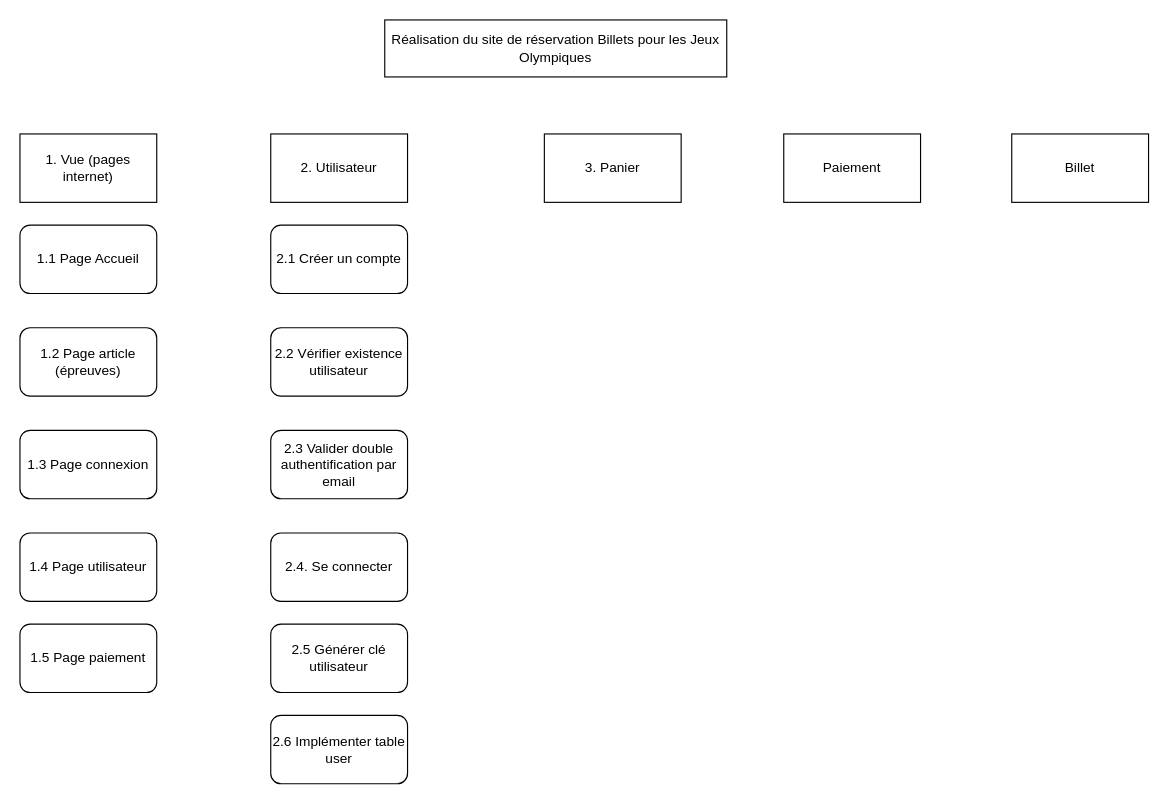
This is WBSJeux Olympiques .drawio from mariannemnrt/ProjetReservationBilletJO, a draw.io file, before an edit. Source tidied: cells renumbered, new cells numbered last; positions are measured from the earlier drawing's top-left corner, leaving out a move shared by most shapes. Both pictures are drawn from the tidied source at 114%, with x=0, y=0 at pixel (19, 19).
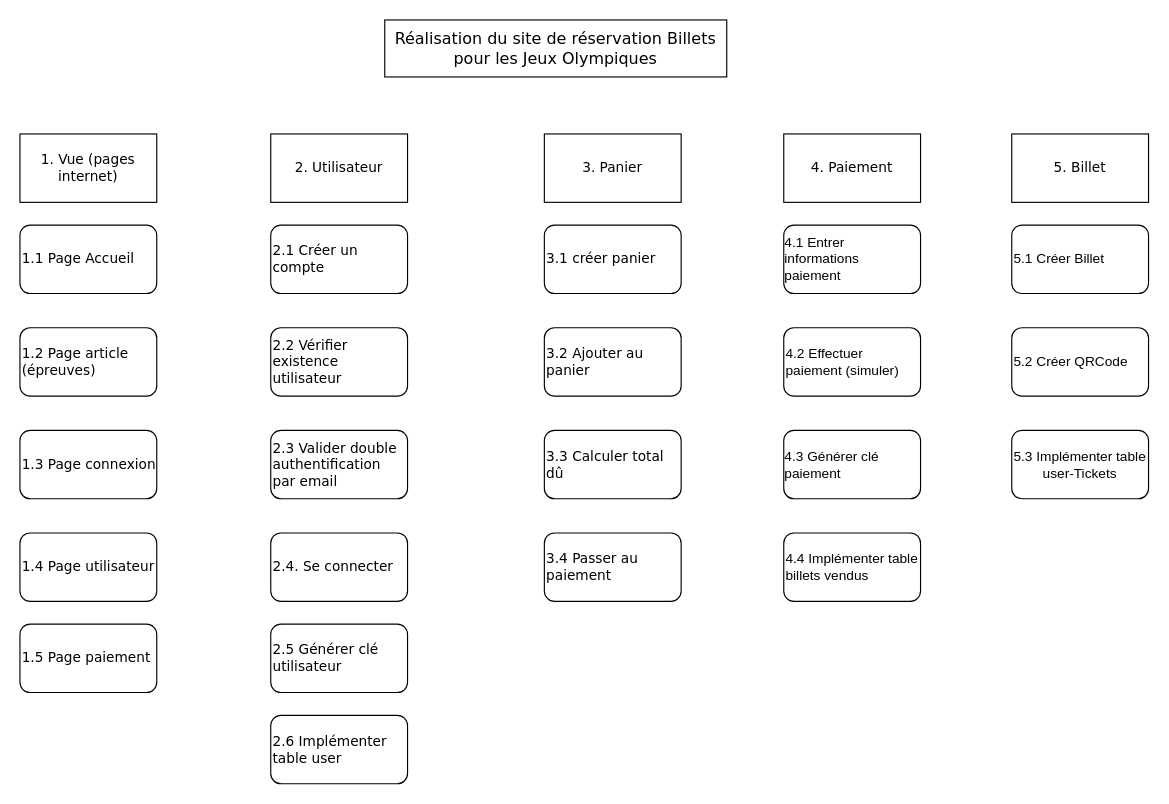
Above is the later version.

Commit message (it also covers changes not shown here):
Mettre à jour WBSJeux Olympiques .drawio

What changed in the source:
```diff
@@
-    <mxCell id="2" value="Réalisation du site de réservation Billets pour les Jeux Olympiques " style="rounded=0;whiteSpace=wrap;html=1;" parent="1" vertex="1">
+    <mxCell id="2" value="Réalisation du site de réservation Billets pour les Jeux Olympiques " style="rounded=0;whiteSpace=wrap;html=1;align=center;verticalAlign=middle;fontSize=14;fontFamily=Verdana;" parent="1" vertex="1">
       <mxGeometry x="320" width="300" height="50" as="geometry" />
     </mxCell>
-    <mxCell id="3" value="1. Vue (pages internet) " style="rounded=0;whiteSpace=wrap;html=1;" parent="1" vertex="1">
+    <mxCell id="3" value="1. Vue (pages internet) " style="rounded=0;whiteSpace=wrap;html=1;align=center;fontFamily=Verdana;" parent="1" vertex="1">
       <mxGeometry y="100" width="120" height="60" as="geometry" />
     </mxCell>
-    <mxCell id="4" value="2. Utilisateur " style="rounded=0;whiteSpace=wrap;html=1;" parent="1" vertex="1">
+    <mxCell id="4" value="2. Utilisateur " style="rounded=0;whiteSpace=wrap;html=1;align=center;fontFamily=Verdana;" parent="1" vertex="1">
       <mxGeometry x="220" y="100" width="120" height="60" as="geometry" />
     </mxCell>
-    <mxCell id="5" value="3. Panier " style="rounded=0;whiteSpace=wrap;html=1;" parent="1" vertex="1">
+    <mxCell id="5" value="3. Panier " style="rounded=0;whiteSpace=wrap;html=1;align=center;fontFamily=Verdana;" parent="1" vertex="1">
       <mxGeometry x="460" y="100" width="120" height="60" as="geometry" />
     </mxCell>
-    <mxCell id="6" value="Paiement" style="rounded=0;whiteSpace=wrap;html=1;" parent="1" vertex="1">
+    <mxCell id="6" value="4. Paiement" style="rounded=0;whiteSpace=wrap;html=1;align=center;fontFamily=Verdana;" parent="1" vertex="1">
       <mxGeometry x="670" y="100" width="120" height="60" as="geometry" />
     </mxCell>
-    <mxCell id="7" value="Billet" style="rounded=0;whiteSpace=wrap;html=1;" parent="1" vertex="1">
+    <mxCell id="7" value="5. Billet" style="rounded=0;whiteSpace=wrap;html=1;align=center;fontFamily=Verdana;" parent="1" vertex="1">
       <mxGeometry x="870" y="100" width="120" height="60" as="geometry" />
     </mxCell>
-    <mxCell id="8" value="1.1 Page Accueil" style="rounded=1;whiteSpace=wrap;html=1;" parent="1" vertex="1">
+    <mxCell id="8" value="1.1 Page Accueil" style="rounded=1;whiteSpace=wrap;html=1;align=left;fontFamily=Verdana;" parent="1" vertex="1">
       <mxGeometry y="180" width="120" height="60" as="geometry" />
     </mxCell>
-    <mxCell id="9" value="1.2 Page article (épreuves)" style="rounded=1;whiteSpace=wrap;html=1;" parent="1" vertex="1">
+    <mxCell id="9" value="1.2 Page article (épreuves)" style="rounded=1;whiteSpace=wrap;html=1;align=left;fontFamily=Verdana;" parent="1" vertex="1">
       <mxGeometry y="270" width="120" height="60" as="geometry" />
     </mxCell>
-    <mxCell id="10" value="1.3 Page connexion" style="rounded=1;whiteSpace=wrap;html=1;" parent="1" vertex="1">
+    <mxCell id="10" value="1.3 Page connexion" style="rounded=1;whiteSpace=wrap;html=1;align=left;fontFamily=Verdana;" parent="1" vertex="1">
       <mxGeometry y="360" width="120" height="60" as="geometry" />
     </mxCell>
-    <mxCell id="11" value="1.4 Page utilisateur" style="rounded=1;whiteSpace=wrap;html=1;" parent="1" vertex="1">
+    <mxCell id="11" value="1.4 Page utilisateur" style="rounded=1;whiteSpace=wrap;html=1;align=left;fontFamily=Verdana;" parent="1" vertex="1">
       <mxGeometry y="450" width="120" height="60" as="geometry" />
     </mxCell>
-    <mxCell id="12" value="1.5 Page paiement" style="rounded=1;whiteSpace=wrap;html=1;" parent="1" vertex="1">
+    <mxCell id="12" value="1.5 Page paiement" style="rounded=1;whiteSpace=wrap;html=1;align=left;fontFamily=Verdana;" parent="1" vertex="1">
       <mxGeometry y="530" width="120" height="60" as="geometry" />
     </mxCell>
-    <mxCell id="13" value="2.1 Créer un compte " style="rounded=1;whiteSpace=wrap;html=1;" parent="1" vertex="1">
+    <mxCell id="13" value="2.1 Créer un compte " style="rounded=1;whiteSpace=wrap;html=1;align=left;fontFamily=Verdana;" parent="1" vertex="1">
       <mxGeometry x="220" y="180" width="120" height="60" as="geometry" />
     </mxCell>
-    <mxCell id="14" value="2.2 Vérifier existence utilisateur" style="rounded=1;whiteSpace=wrap;html=1;" parent="1" vertex="1">
+    <mxCell id="14" value="2.2 Vérifier existence utilisateur" style="rounded=1;whiteSpace=wrap;html=1;align=left;fontFamily=Verdana;" parent="1" vertex="1">
       <mxGeometry x="220" y="270" width="120" height="60" as="geometry" />
     </mxCell>
-    <mxCell id="15" value="2.3 Valider double authentification par email" style="rounded=1;whiteSpace=wrap;html=1;" parent="1" vertex="1">
+    <mxCell id="15" value="2.3 Valider double authentification par email" style="rounded=1;whiteSpace=wrap;html=1;align=left;fontFamily=Verdana;" parent="1" vertex="1">
       <mxGeometry x="220" y="360" width="120" height="60" as="geometry" />
     </mxCell>
-    <mxCell id="16" value="2.4. Se connecter " style="rounded=1;whiteSpace=wrap;html=1;" parent="1" vertex="1">
+    <mxCell id="16" value="2.4. Se connecter " style="rounded=1;whiteSpace=wrap;html=1;align=left;fontFamily=Verdana;" parent="1" vertex="1">
       <mxGeometry x="220" y="450" width="120" height="60" as="geometry" />
     </mxCell>
-    <mxCell id="17" value="2.5 Générer clé utilisateur " style="rounded=1;whiteSpace=wrap;html=1;" parent="1" vertex="1">
+    <mxCell id="17" value="2.5 Générer clé utilisateur " style="rounded=1;whiteSpace=wrap;html=1;align=left;fontFamily=Verdana;" parent="1" vertex="1">
       <mxGeometry x="220" y="530" width="120" height="60" as="geometry" />
     </mxCell>
-    <mxCell id="18" value="2.6 Implémenter table user" style="rounded=1;whiteSpace=wrap;html=1;" parent="1" vertex="1">
+    <mxCell id="18" value="2.6 Implémenter table user" style="rounded=1;whiteSpace=wrap;html=1;align=left;fontFamily=Verdana;" parent="1" vertex="1">
       <mxGeometry x="220" y="610" width="120" height="60" as="geometry" />
     </mxCell>
+    <mxCell id="19" value="3.1 créer panier " style="rounded=1;whiteSpace=wrap;html=1;align=left;fontFamily=Verdana;" parent="1" vertex="1">
+      <mxGeometry x="460" y="180" width="120" height="60" as="geometry" />
+    </mxCell>
+    <mxCell id="20" value="3.2 Ajouter au panier " style="rounded=1;whiteSpace=wrap;html=1;align=left;fontFamily=Verdana;" parent="1" vertex="1">
+      <mxGeometry x="460" y="270" width="120" height="60" as="geometry" />
+    </mxCell>
+    <mxCell id="21" value="3.3 Calculer total dû" style="rounded=1;whiteSpace=wrap;html=1;align=left;fontFamily=Verdana;" parent="1" vertex="1">
+      <mxGeometry x="460" y="360" width="120" height="60" as="geometry" />
+    </mxCell>
+    <mxCell id="22" value="3.4 Passer au paiement" style="rounded=1;whiteSpace=wrap;html=1;align=left;fontFamily=Verdana;" parent="1" vertex="1">
+      <mxGeometry x="460" y="450" width="120" height="60" as="geometry" />
+    </mxCell>
+    <mxCell id="23" value="&lt;div align=&quot;left&quot;&gt;4.1 Entrer informations paiement&lt;br&gt;&lt;/div&gt;" style="rounded=1;whiteSpace=wrap;html=1;" parent="1" vertex="1">
+      <mxGeometry x="670" y="180" width="120" height="60" as="geometry" />
+    </mxCell>
+    <mxCell id="24" value="4.2 Effectuer paiement (simuler)" style="rounded=1;whiteSpace=wrap;html=1;align=left;" parent="1" vertex="1">
+      <mxGeometry x="670" y="270" width="120" height="60" as="geometry" />
+    </mxCell>
+    <mxCell id="25" value="&lt;div align=&quot;left&quot;&gt;4.3 Générer clé paiement&lt;br&gt;&lt;/div&gt;" style="rounded=1;whiteSpace=wrap;html=1;" parent="1" vertex="1">
+      <mxGeometry x="670" y="360" width="120" height="60" as="geometry" />
+    </mxCell>
+    <mxCell id="26" value="&lt;div align=&quot;left&quot;&gt;4.4 Implémenter table billets vendus &lt;/div&gt;" style="rounded=1;whiteSpace=wrap;html=1;align=left;" parent="1" vertex="1">
+      <mxGeometry x="670" y="450" width="120" height="60" as="geometry" />
+    </mxCell>
+    <mxCell id="27" value="&lt;div align=&quot;left&quot;&gt;5.1 Créer Billet&lt;br&gt;&lt;/div&gt;" style="rounded=1;whiteSpace=wrap;html=1;align=left;" parent="1" vertex="1">
+      <mxGeometry x="870" y="180" width="120" height="60" as="geometry" />
+    </mxCell>
+    <mxCell id="28" value="&lt;div&gt;5.2 Créer QRCode&lt;br&gt;&lt;/div&gt;" style="rounded=1;whiteSpace=wrap;html=1;align=left;" parent="1" vertex="1">
+      <mxGeometry x="870" y="270" width="120" height="60" as="geometry" />
+    </mxCell>
+    <mxCell id="29" value="5.3 Implémenter table user-Tickets" style="rounded=1;whiteSpace=wrap;html=1;" parent="1" vertex="1">
+      <mxGeometry x="870" y="360" width="120" height="60" as="geometry" />
+    </mxCell>
```
